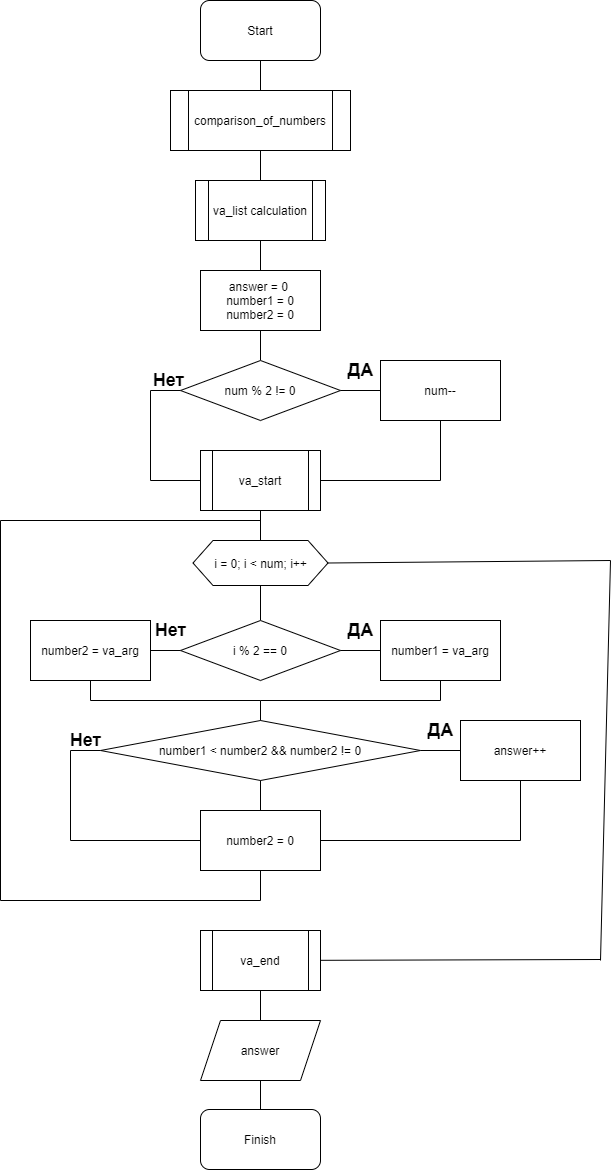
Above: Laba7/doc/assets/Блок-схема.png in Rydi4/Laba_C (draw.io), before the change. Source tidied: cells renumbered, new cells last; positions are measured from the earlier drawing's top-left corner, leaving out a move shared by most shapes.
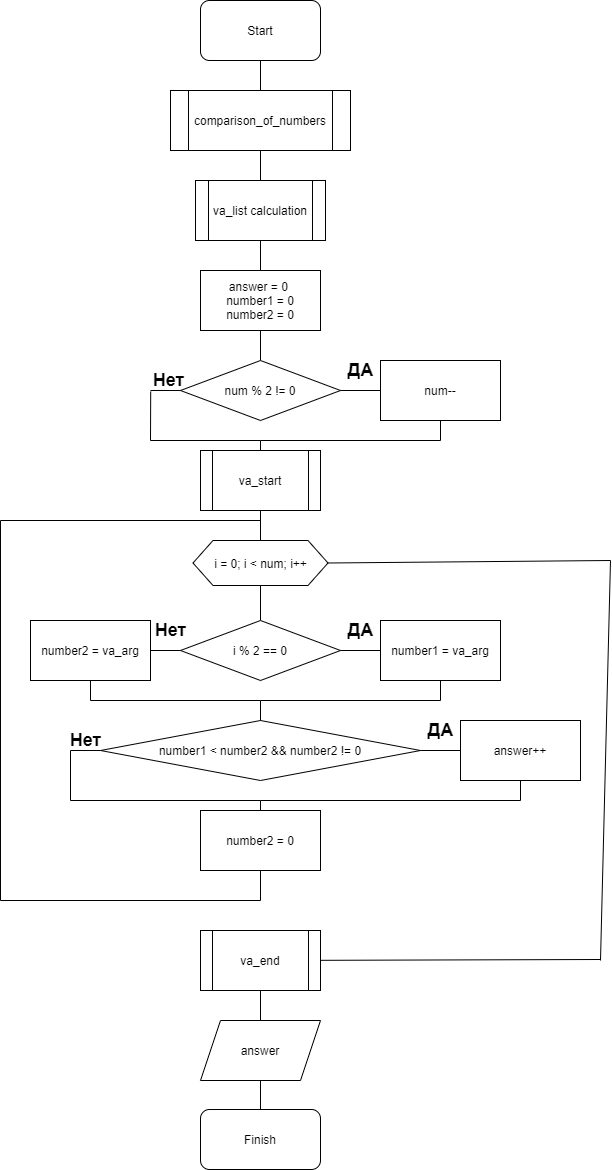
After the commit.

Change to the diagram source:
```diff
@@ -89,8 +89,10 @@
     <mxCell id="27" value="answer++" style="rounded=0;whiteSpace=wrap;html=1;" parent="1" vertex="1">
       <mxGeometry x="460" y="720" width="120" height="60" as="geometry" />
     </mxCell>
-    <mxCell id="28" style="endArrow=none;html=1;fontSize=12;entryX=0.5;entryY=1;entryDx=0;entryDy=0;exitX=0.5;exitY=0;exitDx=0;exitDy=0;" parent="1" edge="1" source="29" target="25">
-      <mxGeometry relative="1" as="geometry" />
+    <mxCell id="28" style="endArrow=none;html=1;fontSize=12;exitX=0.5;exitY=0;exitDx=0;exitDy=0;" parent="1" edge="1" source="29">
+      <mxGeometry relative="1" as="geometry">
+        <mxPoint x="260" y="800" as="targetPoint" />
+      </mxGeometry>
     </mxCell>
     <mxCell id="29" value="number2 = 0" style="rounded=0;whiteSpace=wrap;html=1;sketch=0;fontSize=12;" parent="1" vertex="1">
       <mxGeometry x="200" y="810" width="120" height="60" as="geometry" />
@@ -155,25 +157,26 @@
         <mxPoint x="260" y="900" as="targetPoint" />
       </mxGeometry>
     </mxCell>
-    <mxCell id="45" style="endArrow=none;html=1;entryX=0;entryY=0.5;entryDx=0;entryDy=0;" parent="1" edge="1" target="14">
+    <mxCell id="45" style="endArrow=none;html=1;" parent="1" edge="1">
       <mxGeometry relative="1" as="geometry">
-        <mxPoint x="150" y="480" as="sourcePoint" />
+        <mxPoint x="150" y="440" as="sourcePoint" />
+        <mxPoint x="260" y="440" as="targetPoint" />
       </mxGeometry>
     </mxCell>
-    <mxCell id="46" style="endArrow=none;html=1;" parent="1" edge="1">
+    <mxCell id="46" style="endArrow=none;html=1;entryX=0.154;entryY=1.055;entryDx=0;entryDy=0;entryPerimeter=0;" parent="1" edge="1" target="49">
       <mxGeometry relative="1" as="geometry">
-        <mxPoint x="150" y="480" as="sourcePoint" />
-        <mxPoint x="150" y="390" as="targetPoint" />
+        <mxPoint x="150" y="440" as="sourcePoint" />
       </mxGeometry>
     </mxCell>
-    <mxCell id="47" style="endArrow=none;html=1;entryX=1;entryY=0.5;entryDx=0;entryDy=0;" parent="1" edge="1" target="14">
+    <mxCell id="47" style="endArrow=none;html=1;" parent="1" edge="1">
       <mxGeometry relative="1" as="geometry">
-        <mxPoint x="440" y="480" as="sourcePoint" />
+        <mxPoint x="440" y="440" as="sourcePoint" />
+        <mxPoint x="260" y="440" as="targetPoint" />
       </mxGeometry>
     </mxCell>
     <mxCell id="48" style="endArrow=none;html=1;entryX=0.5;entryY=1;entryDx=0;entryDy=0;" parent="1" edge="1" target="12">
       <mxGeometry relative="1" as="geometry">
-        <mxPoint x="440" y="480" as="sourcePoint" />
+        <mxPoint x="440" y="440" as="sourcePoint" />
       </mxGeometry>
     </mxCell>
     <mxCell id="49" value="&lt;b&gt;&lt;font style=&quot;font-size: 18px&quot;&gt;Нет&lt;/font&gt;&lt;/b&gt;" style="text;html=1;align=center;verticalAlign=middle;points=[];" parent="1" vertex="1">
@@ -208,27 +211,34 @@
     </mxCell>
     <mxCell id="55" style="endArrow=none;html=1;" parent="1" edge="1">
       <mxGeometry relative="1" as="geometry">
-        <mxPoint x="70" y="840" as="sourcePoint" />
+        <mxPoint x="70" y="800" as="sourcePoint" />
         <mxPoint x="70" y="750" as="targetPoint" />
       </mxGeometry>
     </mxCell>
-    <mxCell id="56" style="endArrow=none;html=1;entryX=0;entryY=0.5;entryDx=0;entryDy=0;" parent="1" edge="1" target="29">
+    <mxCell id="56" style="endArrow=none;html=1;" parent="1" edge="1">
       <mxGeometry relative="1" as="geometry">
-        <mxPoint x="70" y="840" as="sourcePoint" />
+        <mxPoint x="70" y="800" as="sourcePoint" />
+        <mxPoint x="260" y="800" as="targetPoint" />
       </mxGeometry>
     </mxCell>
     <mxCell id="57" style="endArrow=none;html=1;entryX=0.5;entryY=1;entryDx=0;entryDy=0;" parent="1" edge="1" target="27">
       <mxGeometry relative="1" as="geometry">
-        <mxPoint x="520" y="840" as="sourcePoint" />
+        <mxPoint x="520" y="800" as="sourcePoint" />
       </mxGeometry>
     </mxCell>
-    <mxCell id="58" style="endArrow=none;html=1;entryX=1;entryY=0.5;entryDx=0;entryDy=0;" parent="1" edge="1" target="29">
+    <mxCell id="58" style="endArrow=none;html=1;" parent="1" edge="1">
       <mxGeometry relative="1" as="geometry">
-        <mxPoint x="520" y="840" as="sourcePoint" />
+        <mxPoint x="520" y="800" as="sourcePoint" />
+        <mxPoint x="260" y="800" as="targetPoint" />
       </mxGeometry>
     </mxCell>
     <mxCell id="59" value="&lt;font size=&quot;1&quot;&gt;&lt;b style=&quot;font-size: 18px&quot;&gt;Нет&lt;/b&gt;&lt;/font&gt;" style="text;html=1;align=center;verticalAlign=middle;fontSize=12;" parent="1" vertex="1">
       <mxGeometry x="60" y="730" width="50" height="20" as="geometry" />
     </mxCell>
+    <mxCell id="60" style="endArrow=none;html=1;exitX=0.5;exitY=0;exitDx=0;exitDy=0;" parent="1" edge="1" source="14">
+      <mxGeometry relative="1" as="geometry">
+        <mxPoint x="260" y="440" as="targetPoint" />
+      </mxGeometry>
+    </mxCell>
   </root>
 </mxGraphModel>
```
